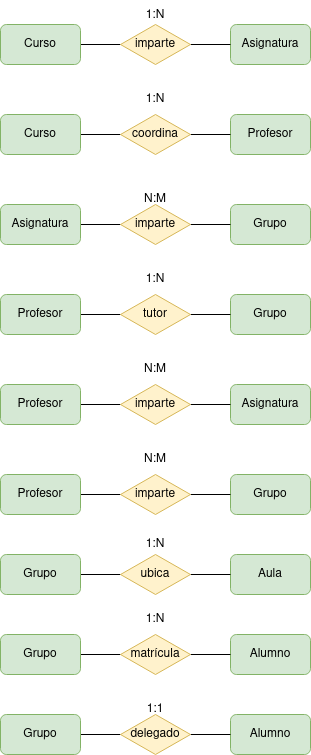
Before: Unidad-1/Tareas/Tareas-evaluables/Tarea-evaluable-6/tarea-evaluable-6.drawio.png, a diagram exported from draw.io (LuisMGlez/base-datos). Source tidied: cells renumbered, new cells last; positions are measured from the earlier drawing's top-left corner, leaving out a move shared by most shapes.
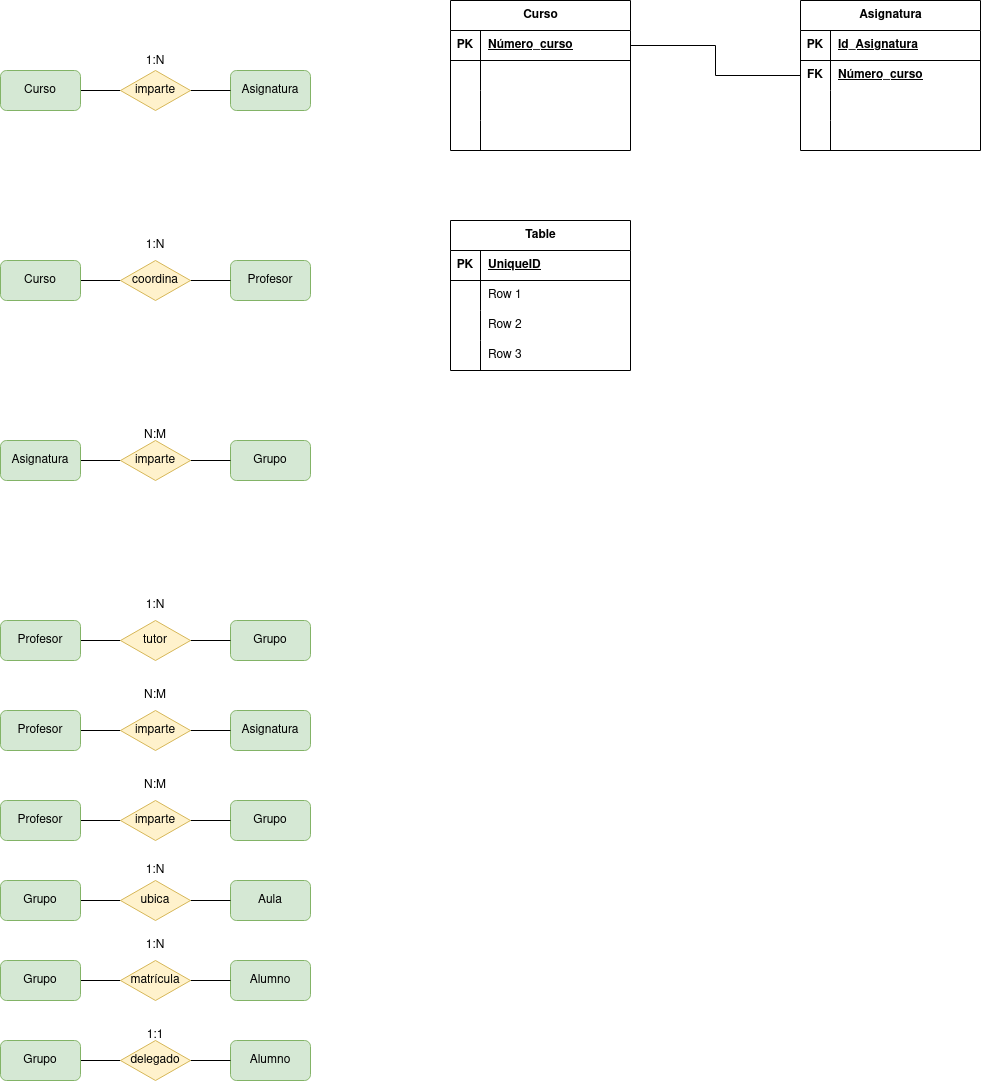
The same diagram one commit later.

The edit, as a diff of the source:
```diff
@@ -3,49 +3,49 @@
     <mxCell id="0" />
     <mxCell id="1" parent="0" />
     <mxCell id="2" value="Asignatura" style="rounded=1;whiteSpace=wrap;html=1;fillColor=#d5e8d4;strokeColor=#82b366;" parent="1" vertex="1">
-      <mxGeometry x="230" y="24" width="80" height="40" as="geometry" />
+      <mxGeometry x="230" y="-256" width="80" height="40" as="geometry" />
     </mxCell>
     <mxCell id="3" style="edgeStyle=orthogonalEdgeStyle;rounded=0;jettySize=auto;html=1;exitX=1;exitY=0.5;exitDx=0;exitDy=0;entryX=0.5;entryY=1;entryDx=0;entryDy=0;endArrow=none;endFill=0;" parent="1" edge="1" source="4" target="6">
       <mxGeometry relative="1" as="geometry" />
     </mxCell>
     <mxCell id="4" value="Curso" style="rounded=1;whiteSpace=wrap;html=1;fillColor=#d5e8d4;strokeColor=#82b366;" parent="1" vertex="1">
-      <mxGeometry y="24" width="80" height="40" as="geometry" />
+      <mxGeometry y="-256" width="80" height="40" as="geometry" />
     </mxCell>
     <mxCell id="5" style="edgeStyle=orthogonalEdgeStyle;rounded=0;jettySize=auto;html=1;exitX=0.5;exitY=0;exitDx=0;exitDy=0;entryX=0;entryY=0.5;entryDx=0;entryDy=0;endArrow=none;endFill=0;" parent="1" edge="1" source="6" target="2">
       <mxGeometry relative="1" as="geometry" />
     </mxCell>
     <mxCell id="6" value="imparte" style="rhombus;whiteSpace=wrap;html=1;direction=south;fillColor=#fff2cc;strokeColor=#d6b656;" parent="1" vertex="1">
-      <mxGeometry x="120" y="24" width="70" height="40" as="geometry" />
+      <mxGeometry x="120" y="-256" width="70" height="40" as="geometry" />
     </mxCell>
     <mxCell id="7" value="Profesor" style="rounded=1;whiteSpace=wrap;html=1;fillColor=#d5e8d4;strokeColor=#82b366;" parent="1" vertex="1">
-      <mxGeometry x="230" y="114" width="80" height="40" as="geometry" />
+      <mxGeometry x="230" y="-66" width="80" height="40" as="geometry" />
     </mxCell>
     <mxCell id="8" style="edgeStyle=orthogonalEdgeStyle;rounded=0;jettySize=auto;html=1;exitX=1;exitY=0.5;exitDx=0;exitDy=0;entryX=0.5;entryY=1;entryDx=0;entryDy=0;endArrow=none;endFill=0;" parent="1" edge="1" source="9" target="11">
       <mxGeometry relative="1" as="geometry" />
     </mxCell>
     <mxCell id="9" value="Curso" style="rounded=1;whiteSpace=wrap;html=1;fillColor=#d5e8d4;strokeColor=#82b366;" parent="1" vertex="1">
-      <mxGeometry y="114" width="80" height="40" as="geometry" />
+      <mxGeometry y="-66" width="80" height="40" as="geometry" />
     </mxCell>
     <mxCell id="10" style="edgeStyle=orthogonalEdgeStyle;rounded=0;jettySize=auto;html=1;exitX=0.5;exitY=0;exitDx=0;exitDy=0;entryX=0;entryY=0.5;entryDx=0;entryDy=0;endArrow=none;endFill=0;" parent="1" edge="1" source="11" target="7">
       <mxGeometry relative="1" as="geometry" />
     </mxCell>
     <mxCell id="11" value="coordina" style="rhombus;whiteSpace=wrap;html=1;direction=south;fillColor=#fff2cc;strokeColor=#d6b656;" parent="1" vertex="1">
-      <mxGeometry x="120" y="114" width="70" height="40" as="geometry" />
+      <mxGeometry x="120" y="-66" width="70" height="40" as="geometry" />
     </mxCell>
     <mxCell id="12" value="Grupo" style="rounded=1;whiteSpace=wrap;html=1;fillColor=#d5e8d4;strokeColor=#82b366;" parent="1" vertex="1">
-      <mxGeometry x="230" y="204" width="80" height="40" as="geometry" />
+      <mxGeometry x="230" y="114" width="80" height="40" as="geometry" />
     </mxCell>
     <mxCell id="13" style="edgeStyle=orthogonalEdgeStyle;rounded=0;jettySize=auto;html=1;exitX=1;exitY=0.5;exitDx=0;exitDy=0;entryX=0.5;entryY=1;entryDx=0;entryDy=0;endArrow=none;endFill=0;" parent="1" edge="1" source="14" target="16">
       <mxGeometry relative="1" as="geometry" />
     </mxCell>
     <mxCell id="14" value="Asignatura" style="rounded=1;whiteSpace=wrap;html=1;fillColor=#d5e8d4;strokeColor=#82b366;" parent="1" vertex="1">
-      <mxGeometry y="204" width="80" height="40" as="geometry" />
+      <mxGeometry y="114" width="80" height="40" as="geometry" />
     </mxCell>
     <mxCell id="15" style="edgeStyle=orthogonalEdgeStyle;rounded=0;jettySize=auto;html=1;exitX=0.5;exitY=0;exitDx=0;exitDy=0;entryX=0;entryY=0.5;entryDx=0;entryDy=0;endArrow=none;endFill=0;" parent="1" edge="1" source="16" target="12">
       <mxGeometry relative="1" as="geometry" />
     </mxCell>
     <mxCell id="16" value="imparte" style="rhombus;whiteSpace=wrap;html=1;direction=south;fillColor=#fff2cc;strokeColor=#d6b656;" parent="1" vertex="1">
-      <mxGeometry x="120" y="204" width="70" height="40" as="geometry" />
+      <mxGeometry x="120" y="114" width="70" height="40" as="geometry" />
     </mxCell>
     <mxCell id="17" value="Grupo" style="rounded=1;whiteSpace=wrap;html=1;fillColor=#d5e8d4;strokeColor=#82b366;" parent="1" vertex="1">
       <mxGeometry x="230" y="294" width="80" height="40" as="geometry" />
@@ -138,13 +138,13 @@
       <mxGeometry x="120" y="714" width="70" height="40" as="geometry" />
     </mxCell>
     <mxCell id="47" value="1:N" style="text;strokeColor=none;align=center;fillColor=none;html=1;verticalAlign=middle;whiteSpace=wrap;rounded=0;" parent="1" vertex="1">
-      <mxGeometry x="125" width="60" height="30" as="geometry" />
+      <mxGeometry x="125" y="-280" width="60" height="30" as="geometry" />
     </mxCell>
     <mxCell id="48" value="1:N" style="text;strokeColor=none;align=center;fillColor=none;html=1;verticalAlign=middle;whiteSpace=wrap;rounded=0;" parent="1" vertex="1">
-      <mxGeometry x="125" y="84" width="60" height="30" as="geometry" />
+      <mxGeometry x="125" y="-96" width="60" height="30" as="geometry" />
     </mxCell>
     <mxCell id="49" value="N:M" style="text;strokeColor=none;align=center;fillColor=none;html=1;verticalAlign=middle;whiteSpace=wrap;rounded=0;" parent="1" vertex="1">
-      <mxGeometry x="125" y="184" width="60" height="30" as="geometry" />
+      <mxGeometry x="125" y="94" width="60" height="30" as="geometry" />
     </mxCell>
     <mxCell id="50" value="1:N" style="text;strokeColor=none;align=center;fillColor=none;html=1;verticalAlign=middle;whiteSpace=wrap;rounded=0;" parent="1" vertex="1">
       <mxGeometry x="125" y="264" width="60" height="30" as="geometry" />
@@ -164,5 +164,125 @@
     <mxCell id="55" value="1:1" style="text;strokeColor=none;align=center;fillColor=none;html=1;verticalAlign=middle;whiteSpace=wrap;rounded=0;" parent="1" vertex="1">
       <mxGeometry x="125" y="694" width="60" height="30" as="geometry" />
     </mxCell>
+    <mxCell id="56" value="Curso" style="shape=table;startSize=30;rowLines=0;fontStyle=1;align=center;html=1;" parent="1" vertex="1">
+      <mxGeometry x="450" y="-326" width="180" height="150" as="geometry" />
+    </mxCell>
+    <mxCell id="57" style="shape=tableRow;horizontal=0;startSize=0;swimlaneHead=0;swimlaneBody=0;fillColor=none;points=[[0,0.5],[1,0.5]];portConstraint=eastwest;top=0;left=0;right=0;bottom=1;" parent="56" vertex="1">
+      <mxGeometry y="30" width="180" height="30" as="geometry" />
+    </mxCell>
+    <mxCell id="58" value="PK" style="shape=partialRectangle;fillColor=none;top=0;left=0;bottom=0;right=0;fontStyle=1;overflow=hidden;whiteSpace=wrap;html=1;" parent="57" vertex="1">
+      <mxGeometry width="30" height="30" as="geometry" />
+    </mxCell>
+    <mxCell id="59" value="Número_curso" style="shape=partialRectangle;fillColor=none;top=0;left=0;bottom=0;right=0;align=left;spacingLeft=6;fontStyle=5;overflow=hidden;whiteSpace=wrap;html=1;" parent="57" vertex="1">
+      <mxGeometry x="30" width="150" height="30" as="geometry" />
+    </mxCell>
+    <mxCell id="60" style="shape=tableRow;horizontal=0;startSize=0;swimlaneHead=0;swimlaneBody=0;fillColor=none;top=0;left=0;right=0;bottom=0;" parent="56" vertex="1">
+      <mxGeometry y="60" width="180" height="30" as="geometry" />
+    </mxCell>
+    <mxCell id="61" style="shape=partialRectangle;fillColor=none;top=0;left=0;bottom=0;right=0;overflow=hidden;whiteSpace=wrap;html=1;" parent="60" vertex="1">
+      <mxGeometry width="30" height="30" as="geometry" />
+    </mxCell>
+    <mxCell id="62" style="shape=partialRectangle;fillColor=none;top=0;left=0;bottom=0;right=0;align=left;spacingLeft=6;overflow=hidden;whiteSpace=wrap;html=1;" parent="60" vertex="1">
+      <mxGeometry x="30" width="150" height="30" as="geometry" />
+    </mxCell>
+    <mxCell id="63" style="shape=tableRow;horizontal=0;startSize=0;swimlaneHead=0;swimlaneBody=0;fillColor=none;top=0;left=0;right=0;bottom=0;" parent="56" vertex="1">
+      <mxGeometry y="90" width="180" height="30" as="geometry" />
+    </mxCell>
+    <mxCell id="64" style="shape=partialRectangle;fillColor=none;top=0;left=0;bottom=0;right=0;overflow=hidden;whiteSpace=wrap;html=1;" parent="63" vertex="1">
+      <mxGeometry width="30" height="30" as="geometry" />
+    </mxCell>
+    <mxCell id="65" style="shape=partialRectangle;fillColor=none;top=0;left=0;bottom=0;right=0;align=left;spacingLeft=6;overflow=hidden;whiteSpace=wrap;html=1;" parent="63" vertex="1">
+      <mxGeometry x="30" width="150" height="30" as="geometry" />
+    </mxCell>
+    <mxCell id="66" style="shape=tableRow;horizontal=0;startSize=0;swimlaneHead=0;swimlaneBody=0;fillColor=none;top=0;left=0;right=0;bottom=0;" parent="56" vertex="1">
+      <mxGeometry y="120" width="180" height="30" as="geometry" />
+    </mxCell>
+    <mxCell id="67" style="shape=partialRectangle;fillColor=none;top=0;left=0;bottom=0;right=0;overflow=hidden;whiteSpace=wrap;html=1;" parent="66" vertex="1">
+      <mxGeometry width="30" height="30" as="geometry" />
+    </mxCell>
+    <mxCell id="68" style="shape=partialRectangle;fillColor=none;top=0;left=0;bottom=0;right=0;align=left;spacingLeft=6;overflow=hidden;whiteSpace=wrap;html=1;" parent="66" vertex="1">
+      <mxGeometry x="30" width="150" height="30" as="geometry" />
+    </mxCell>
+    <mxCell id="69" value="Asignatura" style="shape=table;startSize=30;rowLines=0;fontStyle=1;align=center;html=1;" parent="1" vertex="1">
+      <mxGeometry x="800" y="-326" width="180" height="150" as="geometry" />
+    </mxCell>
+    <mxCell id="70" style="shape=tableRow;horizontal=0;startSize=0;swimlaneHead=0;swimlaneBody=0;fillColor=none;top=0;left=0;right=0;bottom=1;" parent="69" vertex="1">
+      <mxGeometry y="30" width="180" height="30" as="geometry" />
+    </mxCell>
+    <mxCell id="71" value="PK" style="shape=partialRectangle;fillColor=none;top=0;left=0;bottom=0;right=0;fontStyle=1;overflow=hidden;whiteSpace=wrap;html=1;" parent="70" vertex="1">
+      <mxGeometry width="30" height="30" as="geometry" />
+    </mxCell>
+    <mxCell id="72" value="Id_Asignatura" style="shape=partialRectangle;fillColor=none;top=0;left=0;bottom=0;right=0;align=left;spacingLeft=6;fontStyle=5;overflow=hidden;whiteSpace=wrap;html=1;" parent="70" vertex="1">
+      <mxGeometry x="30" width="150" height="30" as="geometry" />
+    </mxCell>
+    <mxCell id="73" style="shape=tableRow;horizontal=0;startSize=0;swimlaneHead=0;swimlaneBody=0;fillColor=none;points=[[0,0.5],[1,0.5]];portConstraint=eastwest;top=0;left=0;right=0;bottom=0;" parent="69" vertex="1">
+      <mxGeometry y="60" width="180" height="30" as="geometry" />
+    </mxCell>
+    <mxCell id="74" value="&lt;b&gt;FK&lt;/b&gt;" style="shape=partialRectangle;fillColor=none;top=0;left=0;bottom=0;right=0;overflow=hidden;whiteSpace=wrap;html=1;" parent="73" vertex="1">
+      <mxGeometry width="30" height="30" as="geometry" />
+    </mxCell>
+    <mxCell id="75" value="&lt;b&gt;&lt;u&gt;Número_curso&lt;/u&gt;&lt;/b&gt;" style="shape=partialRectangle;fillColor=none;top=0;left=0;bottom=0;right=0;align=left;spacingLeft=6;overflow=hidden;whiteSpace=wrap;html=1;" parent="73" vertex="1">
+      <mxGeometry x="30" width="150" height="30" as="geometry" />
+    </mxCell>
+    <mxCell id="76" style="shape=tableRow;horizontal=0;startSize=0;swimlaneHead=0;swimlaneBody=0;fillColor=none;top=0;left=0;right=0;bottom=0;" parent="69" vertex="1">
+      <mxGeometry y="90" width="180" height="30" as="geometry" />
+    </mxCell>
+    <mxCell id="77" style="shape=partialRectangle;fillColor=none;top=0;left=0;bottom=0;right=0;overflow=hidden;whiteSpace=wrap;html=1;" parent="76" vertex="1">
+      <mxGeometry width="30" height="30" as="geometry" />
+    </mxCell>
+    <mxCell id="78" style="shape=partialRectangle;fillColor=none;top=0;left=0;bottom=0;right=0;align=left;spacingLeft=6;overflow=hidden;whiteSpace=wrap;html=1;" parent="76" vertex="1">
+      <mxGeometry x="30" width="150" height="30" as="geometry" />
+    </mxCell>
+    <mxCell id="79" style="shape=tableRow;horizontal=0;startSize=0;swimlaneHead=0;swimlaneBody=0;fillColor=none;top=0;left=0;right=0;bottom=0;" parent="69" vertex="1">
+      <mxGeometry y="120" width="180" height="30" as="geometry" />
+    </mxCell>
+    <mxCell id="80" style="shape=partialRectangle;fillColor=none;top=0;left=0;bottom=0;right=0;overflow=hidden;whiteSpace=wrap;html=1;" parent="79" vertex="1">
+      <mxGeometry width="30" height="30" as="geometry" />
+    </mxCell>
+    <mxCell id="81" style="shape=partialRectangle;fillColor=none;top=0;left=0;bottom=0;right=0;align=left;spacingLeft=6;overflow=hidden;whiteSpace=wrap;html=1;" parent="79" vertex="1">
+      <mxGeometry x="30" width="150" height="30" as="geometry" />
+    </mxCell>
+    <mxCell id="82" style="edgeStyle=orthogonalEdgeStyle;rounded=0;jettySize=auto;html=1;exitX=1;exitY=0.5;exitDx=0;exitDy=0;entryX=0;entryY=0.5;entryDx=0;entryDy=0;endArrow=none;endFill=0;" parent="1" edge="1" source="57" target="73">
+      <mxGeometry relative="1" as="geometry" />
+    </mxCell>
+    <mxCell id="83" value="Table" style="shape=table;startSize=30;rowLines=0;fontStyle=1;align=center;html=1;" parent="1" vertex="1">
+      <mxGeometry x="450" y="-106" width="180" height="150" as="geometry" />
+    </mxCell>
+    <mxCell id="84" style="shape=tableRow;horizontal=0;startSize=0;swimlaneHead=0;swimlaneBody=0;fillColor=none;top=0;left=0;right=0;bottom=1;" parent="83" vertex="1">
+      <mxGeometry y="30" width="180" height="30" as="geometry" />
+    </mxCell>
+    <mxCell id="85" value="PK" style="shape=partialRectangle;fillColor=none;top=0;left=0;bottom=0;right=0;fontStyle=1;overflow=hidden;whiteSpace=wrap;html=1;" parent="84" vertex="1">
+      <mxGeometry width="30" height="30" as="geometry" />
+    </mxCell>
+    <mxCell id="86" value="UniqueID" style="shape=partialRectangle;fillColor=none;top=0;left=0;bottom=0;right=0;align=left;spacingLeft=6;fontStyle=5;overflow=hidden;whiteSpace=wrap;html=1;" parent="84" vertex="1">
+      <mxGeometry x="30" width="150" height="30" as="geometry" />
+    </mxCell>
+    <mxCell id="87" style="shape=tableRow;horizontal=0;startSize=0;swimlaneHead=0;swimlaneBody=0;fillColor=none;top=0;left=0;right=0;bottom=0;" parent="83" vertex="1">
+      <mxGeometry y="60" width="180" height="30" as="geometry" />
+    </mxCell>
+    <mxCell id="88" style="shape=partialRectangle;fillColor=none;top=0;left=0;bottom=0;right=0;overflow=hidden;whiteSpace=wrap;html=1;" parent="87" vertex="1">
+      <mxGeometry width="30" height="30" as="geometry" />
+    </mxCell>
+    <mxCell id="89" value="Row 1" style="shape=partialRectangle;fillColor=none;top=0;left=0;bottom=0;right=0;align=left;spacingLeft=6;overflow=hidden;whiteSpace=wrap;html=1;" parent="87" vertex="1">
+      <mxGeometry x="30" width="150" height="30" as="geometry" />
+    </mxCell>
+    <mxCell id="90" style="shape=tableRow;horizontal=0;startSize=0;swimlaneHead=0;swimlaneBody=0;fillColor=none;top=0;left=0;right=0;bottom=0;" parent="83" vertex="1">
+      <mxGeometry y="90" width="180" height="30" as="geometry" />
+    </mxCell>
+    <mxCell id="91" style="shape=partialRectangle;fillColor=none;top=0;left=0;bottom=0;right=0;overflow=hidden;whiteSpace=wrap;html=1;" parent="90" vertex="1">
+      <mxGeometry width="30" height="30" as="geometry" />
+    </mxCell>
+    <mxCell id="92" value="Row 2" style="shape=partialRectangle;fillColor=none;top=0;left=0;bottom=0;right=0;align=left;spacingLeft=6;overflow=hidden;whiteSpace=wrap;html=1;" parent="90" vertex="1">
+      <mxGeometry x="30" width="150" height="30" as="geometry" />
+    </mxCell>
+    <mxCell id="93" style="shape=tableRow;horizontal=0;startSize=0;swimlaneHead=0;swimlaneBody=0;fillColor=none;top=0;left=0;right=0;bottom=0;" parent="83" vertex="1">
+      <mxGeometry y="120" width="180" height="30" as="geometry" />
+    </mxCell>
+    <mxCell id="94" style="shape=partialRectangle;fillColor=none;top=0;left=0;bottom=0;right=0;overflow=hidden;whiteSpace=wrap;html=1;" parent="93" vertex="1">
+      <mxGeometry width="30" height="30" as="geometry" />
+    </mxCell>
+    <mxCell id="95" value="Row 3" style="shape=partialRectangle;fillColor=none;top=0;left=0;bottom=0;right=0;align=left;spacingLeft=6;overflow=hidden;whiteSpace=wrap;html=1;" parent="93" vertex="1">
+      <mxGeometry x="30" width="150" height="30" as="geometry" />
+    </mxCell>
   </root>
 </mxGraphModel>
```
